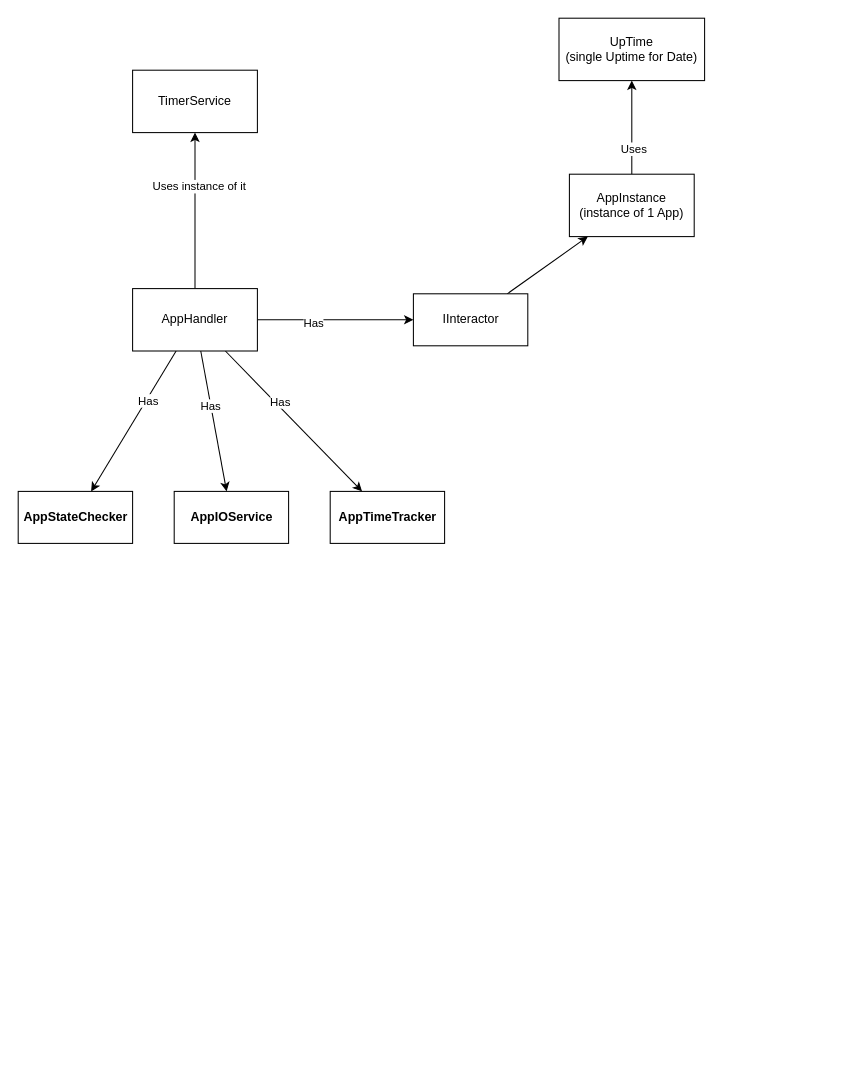
Above: page "TrackedAppWorkFlow" (1 of 5) of docs/Diagrams/Diagram1.drawio in villaclara/ata-reborn (draw.io), before the change. Source tidied: cells renumbered, new cells numbered last; positions are measured from the earlier drawing's top-left corner, leaving out a move shared by most shapes. Both pictures are drawn from the tidied source at 104%, with x=0, y=0 at pixel (18, 18).
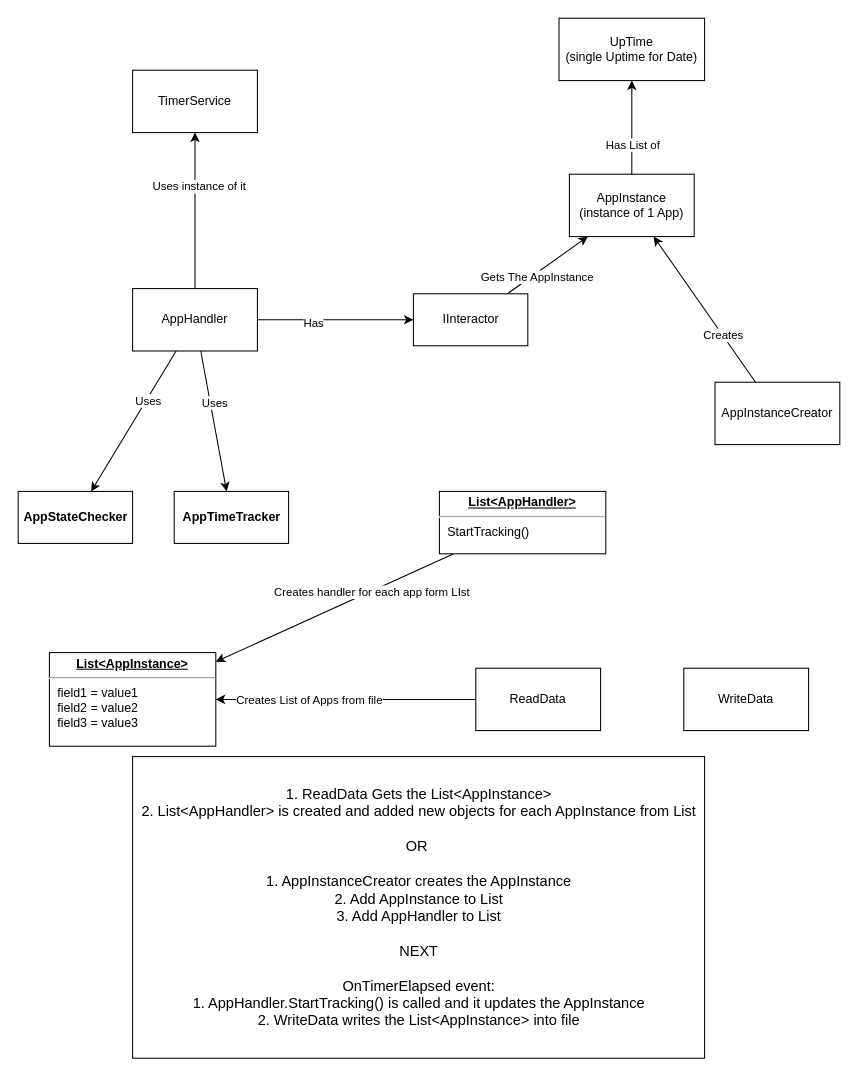
Above is the later version.

Unchanged cells that the change refers to:
```xml
<mxCell id="2" style="edgeStyle=none;html=1;" parent="1" edge="1" source="4" target="5">
  <mxGeometry relative="1" as="geometry" />
</mxCell>
<mxCell id="4" value="AppInstance&lt;br&gt;(instance of 1 App)" style="rounded=0;whiteSpace=wrap;html=1;" parent="1" vertex="1">
  <mxGeometry x="530" y="150" width="120" height="60" as="geometry" />
</mxCell>
<mxCell id="9" style="edgeStyle=none;html=1;" parent="1" edge="1" source="10" target="4">
  <mxGeometry relative="1" as="geometry" />
</mxCell>
<mxCell id="15" style="edgeStyle=none;html=1;" parent="1" edge="1" source="21" target="8">
  <mxGeometry relative="1" as="geometry" />
</mxCell>
<mxCell id="19" style="edgeStyle=none;html=1;" parent="1" edge="1" source="21" target="7">
  <mxGeometry relative="1" as="geometry" />
</mxCell>
<mxCell id="21" value="AppHandler" style="whiteSpace=wrap;html=1;" parent="1" vertex="1">
  <mxGeometry x="110" y="260" width="120" height="60" as="geometry" />
</mxCell>
```

What changed in the source:
```diff
@@
-    <mxCell id="3" value="Uses" style="edgeLabel;html=1;align=center;verticalAlign=middle;" parent="2" vertex="1">
-      <mxGeometry x="-0.42" y="-1" relative="1" as="geometry">
-        <mxPoint y="1" as="offset" />
-      </mxGeometry>
-    </mxCell>
+    <mxCell id="23" value="Has List of" style="edgeLabel;html=1;align=center;verticalAlign=middle;" parent="2" vertex="1">
+      <mxGeometry x="-0.36" relative="1" as="geometry" />
+    </mxCell>
@@
-    <mxCell id="6" value="&lt;b&gt;AppIOService&lt;/b&gt;" style="html=1;" parent="1" vertex="1">
-      <mxGeometry x="150" y="455" width="110" height="50" as="geometry" />
-    </mxCell>
@@
     <mxCell id="8" value="&lt;b&gt;AppTimeTracker&lt;/b&gt;" style="html=1;" parent="1" vertex="1">
-      <mxGeometry x="300" y="455" width="110" height="50" as="geometry" />
+      <mxGeometry x="150" y="455" width="110" height="50" as="geometry" />
     </mxCell>
@@
+    <mxCell id="24" value="Gets The AppInstance" style="edgeLabel;html=1;align=center;verticalAlign=middle;" parent="9" vertex="1">
+      <mxGeometry x="-0.3" y="-3" relative="1" as="geometry" />
+    </mxCell>
@@
-    <mxCell id="16" value="Has" style="edgeLabel;html=1;align=center;verticalAlign=middle;" parent="15" vertex="1">
+    <mxCell id="16" value="Uses" style="edgeLabel;html=1;align=center;verticalAlign=middle;" parent="15" vertex="1">
       <mxGeometry x="-0.26" y="3" relative="1" as="geometry">
         <mxPoint x="1" as="offset" />
       </mxGeometry>
     </mxCell>
-    <mxCell id="17" style="edgeStyle=none;html=1;" parent="1" edge="1" source="21" target="6">
-      <mxGeometry relative="1" as="geometry" />
-    </mxCell>
-    <mxCell id="18" value="Has" style="edgeLabel;html=1;align=center;verticalAlign=middle;" parent="17" vertex="1">
-      <mxGeometry x="-0.23" y="-1" relative="1" as="geometry" />
-    </mxCell>
@@
-    <mxCell id="20" value="Has" style="edgeLabel;html=1;align=center;verticalAlign=middle;" parent="19" vertex="1">
+    <mxCell id="20" value="Uses" style="edgeLabel;html=1;align=center;verticalAlign=middle;" parent="19" vertex="1">
       <mxGeometry x="-0.3" y="1" relative="1" as="geometry" />
     </mxCell>
@@
+    <mxCell id="25" style="edgeStyle=none;html=1;" parent="1" edge="1" source="27" target="4">
+      <mxGeometry relative="1" as="geometry" />
+    </mxCell>
+    <mxCell id="26" value="Creates" style="edgeLabel;html=1;align=center;verticalAlign=middle;" parent="25" vertex="1">
+      <mxGeometry x="-0.36" relative="1" as="geometry" />
+    </mxCell>
+    <mxCell id="27" value="AppInstanceCreator" style="whiteSpace=wrap;html=1;" parent="1" vertex="1">
+      <mxGeometry x="670" y="350" width="120" height="60" as="geometry" />
+    </mxCell>
+    <mxCell id="28" style="edgeStyle=none;html=1;" parent="1" edge="1" source="30" target="35">
+      <mxGeometry relative="1" as="geometry" />
+    </mxCell>
+    <mxCell id="29" value="Creates List of Apps from file" style="edgeLabel;html=1;align=center;verticalAlign=middle;" parent="28" vertex="1">
+      <mxGeometry x="0.29" relative="1" as="geometry" />
+    </mxCell>
+    <mxCell id="30" value="ReadData" style="whiteSpace=wrap;html=1;" parent="1" vertex="1">
+      <mxGeometry x="440" y="625" width="120" height="60" as="geometry" />
+    </mxCell>
+    <mxCell id="31" value="WriteData" style="whiteSpace=wrap;html=1;" parent="1" vertex="1">
+      <mxGeometry x="640" y="625" width="120" height="60" as="geometry" />
+    </mxCell>
+    <mxCell id="32" style="edgeStyle=none;html=1;" parent="1" edge="1" source="34" target="35">
+      <mxGeometry relative="1" as="geometry" />
+    </mxCell>
+    <mxCell id="33" value="Creates handler for each app form LIst" style="edgeLabel;html=1;align=center;verticalAlign=middle;" parent="32" vertex="1">
+      <mxGeometry x="-0.31" y="1" relative="1" as="geometry" />
+    </mxCell>
+    <mxCell id="34" value="&lt;p style=&quot;margin:0px;margin-top:4px;text-align:center;text-decoration:underline;&quot;&gt;&lt;b&gt;List&amp;lt;AppHandler&amp;gt;&lt;/b&gt;&lt;/p&gt;&lt;hr&gt;&lt;p style=&quot;margin:0px;margin-left:8px;&quot;&gt;StartTracking()&lt;/p&gt;" style="verticalAlign=top;align=left;overflow=fill;fontSize=12;fontFamily=Helvetica;html=1;" parent="1" vertex="1">
+      <mxGeometry x="405" y="455" width="160" height="60" as="geometry" />
+    </mxCell>
+    <mxCell id="35" value="&lt;p style=&quot;margin:0px;margin-top:4px;text-align:center;text-decoration:underline;&quot;&gt;&lt;b&gt;List&amp;lt;AppInstance&amp;gt;&lt;/b&gt;&lt;/p&gt;&lt;hr&gt;&lt;p style=&quot;margin:0px;margin-left:8px;&quot;&gt;field1 = value1&lt;br&gt;field2 = value2&lt;br&gt;field3 = value3&lt;/p&gt;" style="verticalAlign=top;align=left;overflow=fill;fontSize=12;fontFamily=Helvetica;html=1;" parent="1" vertex="1">
+      <mxGeometry x="30" y="610" width="160" height="90" as="geometry" />
+    </mxCell>
+    <mxCell id="36" value="1. ReadData Gets the List&amp;lt;AppInstance&amp;gt;&lt;br style=&quot;border-color: var(--border-color);&quot;&gt;2. List&amp;lt;AppHandler&amp;gt; is created and added new objects for each AppInstance from List&lt;br style=&quot;border-color: var(--border-color);&quot;&gt;&lt;br style=&quot;border-color: var(--border-color);&quot;&gt;OR&amp;nbsp;&lt;br style=&quot;border-color: var(--border-color);&quot;&gt;&lt;br style=&quot;border-color: var(--border-color);&quot;&gt;1. AppInstanceCreator creates the AppInstance&lt;br style=&quot;border-color: var(--border-color);&quot;&gt;2. Add AppInstance to List&lt;br style=&quot;border-color: var(--border-color);&quot;&gt;3. Add AppHandler to List&lt;br style=&quot;border-color: var(--border-color);&quot;&gt;&lt;br style=&quot;border-color: var(--border-color);&quot;&gt;NEXT&lt;br style=&quot;border-color: var(--border-color);&quot;&gt;&lt;br style=&quot;border-color: var(--border-color);&quot;&gt;OnTimerElapsed event:&lt;br style=&quot;border-color: var(--border-color);&quot;&gt;1. AppHandler.StartTracking() is called and it updates the AppInstance&lt;br style=&quot;border-color: var(--border-color);&quot;&gt;2. WriteData writes the List&amp;lt;AppInstance&amp;gt; into file" style="html=1;fontSize=14;" parent="1" vertex="1">
+      <mxGeometry x="110" y="710" width="550" height="290" as="geometry" />
+    </mxCell>
```
